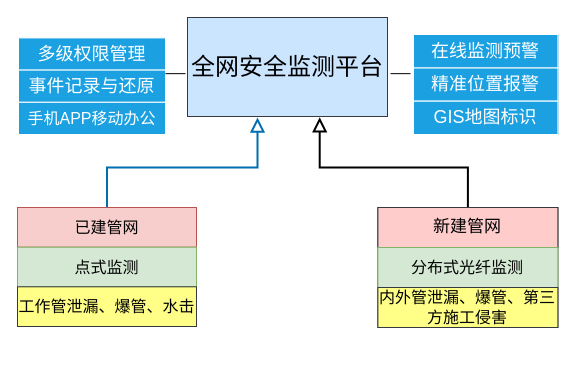
Above: Untitled Diagram.drawio in zxflas/zxflas.github.io (draw.io), before the change. Source tidied: cells renumbered, new cells numbered last; positions are measured from the earlier drawing's top-left corner, leaving out a move shared by most shapes. Both pictures are drawn from the tidied source at 100%, with x=0, y=0 at pixel (17, 17).
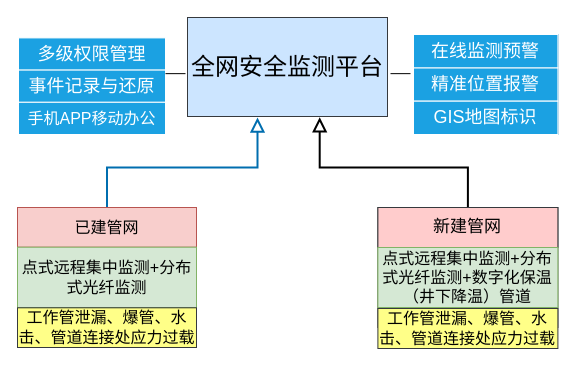
Above is the later version.

The change refers to these unchanged cells:
```xml
<mxCell id="4" style="group;fillColor=#ffff88;strokeColor=#36393d;" parent="1" vertex="1">
  <mxGeometry y="190" width="179" height="119" as="geometry" />
</mxCell>
<mxCell id="15" style="group;fillColor=#ffff88;strokeColor=#36393d;" parent="1" vertex="1">
  <mxGeometry x="360.4" y="190" width="180" height="120" as="geometry" />
</mxCell>
```

Diff of the diagram source:
```diff
@@
-    <mxCell id="6" value="点式监测" style="rounded=0;whiteSpace=wrap;html=1;fillColor=#d5e8d4;strokeColor=#82b366;fontSize=16;" parent="4" vertex="1">
-      <mxGeometry y="39.7" width="179" height="39.7" as="geometry" />
+    <mxCell id="6" value="点式远程集中监测+分布式光纤监测" style="rounded=0;whiteSpace=wrap;html=1;fillColor=#d5e8d4;strokeColor=#82b366;fontSize=16;" parent="4" vertex="1">
+      <mxGeometry y="39.7" width="179" height="60.3" as="geometry" />
     </mxCell>
-    <mxCell id="7" value="工作管泄漏、爆管、水击" style="rounded=0;whiteSpace=wrap;html=1;fillColor=#ffff88;strokeColor=#36393d;fontSize=16;" parent="4" vertex="1">
-      <mxGeometry y="79.3" width="179" height="39.7" as="geometry" />
+    <mxCell id="7" value="工作管泄漏、爆管、水击、管道连接处应力过载" style="rounded=0;whiteSpace=wrap;html=1;fillColor=#ffff88;strokeColor=#36393d;fontSize=16;" parent="4" vertex="1">
+      <mxGeometry y="100.3" width="179" height="39.7" as="geometry" />
     </mxCell>
@@
-    <mxCell id="17" value="分布式光纤监测" style="rounded=0;whiteSpace=wrap;html=1;fillColor=#d5e8d4;strokeColor=#82b366;fontSize=16;" parent="15" vertex="1">
-      <mxGeometry y="40" width="180" height="40" as="geometry" />
+    <mxCell id="17" value="点式远程集中监测+分布式光纤监测+数字化保温（井下降温）管道" style="rounded=0;whiteSpace=wrap;html=1;fillColor=#d5e8d4;strokeColor=#82b366;fontSize=16;" parent="15" vertex="1">
+      <mxGeometry y="40" width="180" height="60" as="geometry" />
     </mxCell>
-    <mxCell id="18" value="内外管泄漏、爆管、第三方施工侵害" style="rounded=0;whiteSpace=wrap;html=1;fillColor=#ffff88;strokeColor=#36393d;fontSize=16;" parent="15" vertex="1">
-      <mxGeometry y="80" width="180" height="40" as="geometry" />
+    <mxCell id="18" value="工作管泄漏、爆管、水击、管道连接处应力过载" style="rounded=0;whiteSpace=wrap;html=1;fillColor=#ffff88;strokeColor=#36393d;fontSize=16;" parent="15" vertex="1">
+      <mxGeometry y="101" width="180" height="40" as="geometry" />
     </mxCell>
```
